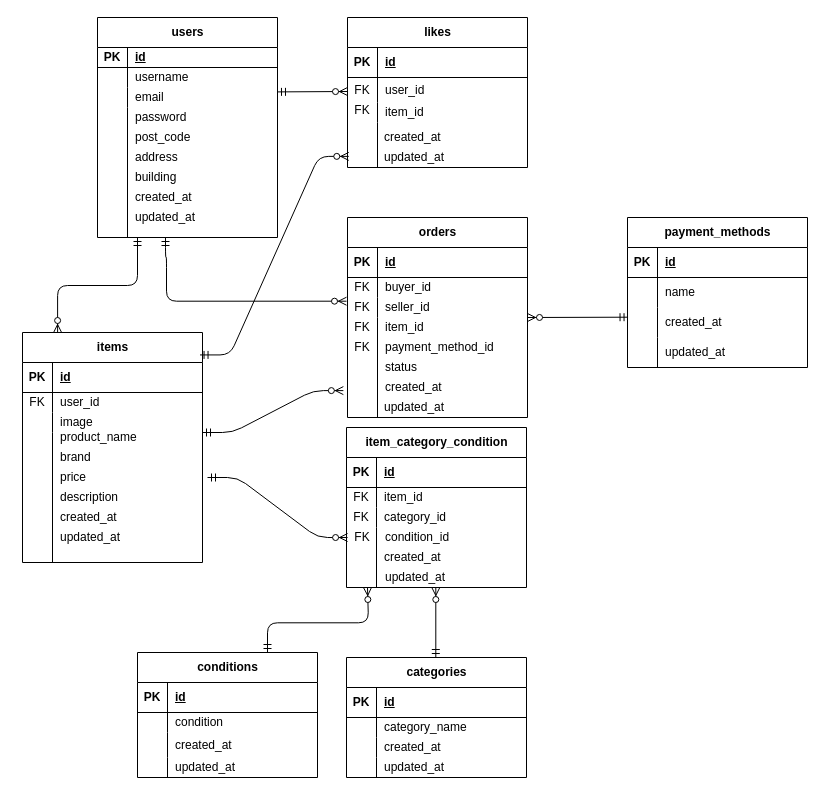
Before: coachtechFurima.drawio in misato-kataoka/coachtechFurima, a draw.io diagram. Source tidied: cells renumbered, new cells numbered last; positions are measured from the earlier drawing's top-left corner, leaving out a move shared by most shapes. Both pictures are drawn from the tidied source at 100%, with x=0, y=0 at pixel (22, 17).
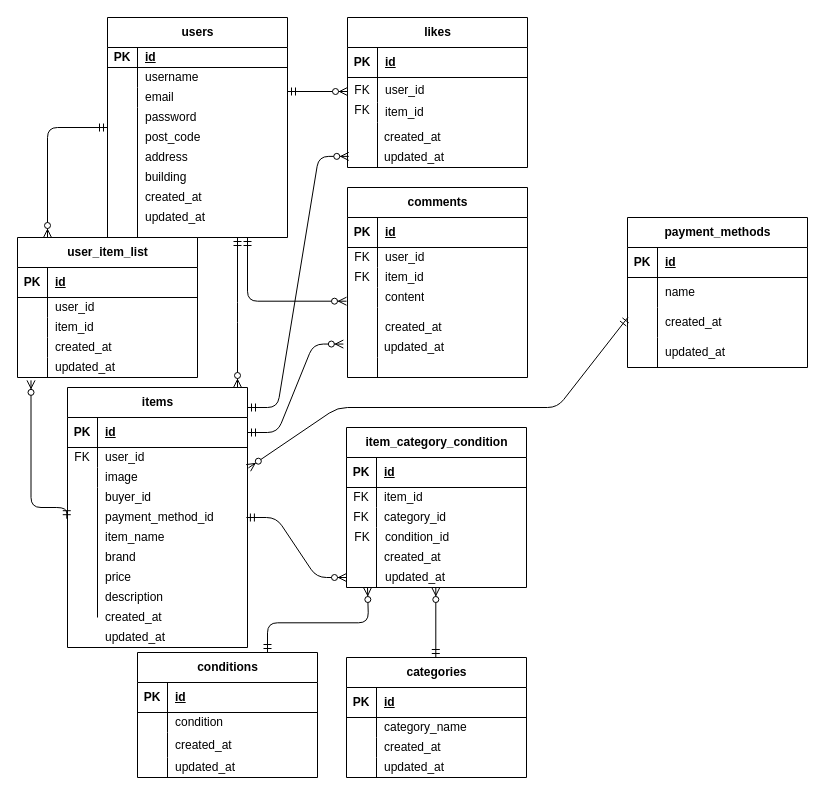
The same diagram, later.

Unchanged cells that the change refers to:
```xml
<mxCell id="12" style="shape=tableRow;horizontal=0;startSize=0;swimlaneHead=0;swimlaneBody=0;fillColor=none;points=[[0,0.5],[1,0.5]];portConstraint=eastwest;top=0;left=0;right=0;bottom=0;" parent="2" vertex="1">
  <mxGeometry y="90" width="180" height="130" as="geometry" />
</mxCell>
<mxCell id="26" style="shape=tableRow;horizontal=0;startSize=0;swimlaneHead=0;swimlaneBody=0;fillColor=none;points=[[0,0.5],[1,0.5]];portConstraint=eastwest;top=0;left=0;right=0;bottom=0;" parent="19" vertex="1">
  <mxGeometry y="80" width="180" height="20" as="geometry" />
</mxCell>
<mxCell id="29" style="shape=tableRow;horizontal=0;startSize=0;swimlaneHead=0;swimlaneBody=0;fillColor=none;points=[[0,0.5],[1,0.5]];portConstraint=eastwest;top=0;left=0;right=0;bottom=0;" parent="19" vertex="1">
  <mxGeometry y="100" width="180" height="130" as="geometry" />
</mxCell>
<mxCell id="48" style="shape=tableRow;horizontal=0;startSize=0;swimlaneHead=0;swimlaneBody=0;fillColor=none;top=0;left=0;right=0;bottom=0;" parent="44" vertex="1">
  <mxGeometry y="60" width="180" height="20" as="geometry" />
</mxCell>
<mxCell id="83" style="shape=tableRow;horizontal=0;startSize=0;swimlaneHead=0;swimlaneBody=0;fillColor=none;points=[[0,0.5],[1,0.5]];portConstraint=eastwest;top=0;left=0;right=0;bottom=0;" parent="73" vertex="1">
  <mxGeometry y="100" width="180" height="60" as="geometry" />
</mxCell>
<mxCell id="130" style="shape=tableRow;horizontal=0;startSize=0;swimlaneHead=0;swimlaneBody=0;fillColor=none;points=[[0,0.5],[1,0.5]];portConstraint=eastwest;top=0;left=0;right=0;bottom=0;" parent="120" vertex="1">
  <mxGeometry y="105" width="180" height="45" as="geometry" />
</mxCell>
<mxCell id="146" style="shape=tableRow;horizontal=0;startSize=0;swimlaneHead=0;swimlaneBody=0;fillColor=none;points=[[0,0.5],[1,0.5]];portConstraint=eastwest;top=0;left=0;right=0;bottom=0;" parent="139" vertex="1">
  <mxGeometry y="90" width="180" height="30" as="geometry" />
</mxCell>
```

Diff of the diagram source:
```diff
@@
     <mxCell id="2" value="users" style="shape=table;startSize=30;childLayout=tableLayout;rowLines=0;fontStyle=1;align=center;html=1;" parent="1" vertex="1">
-      <mxGeometry x="75" width="180" height="220" as="geometry" />
+      <mxGeometry x="85" width="180" height="220" as="geometry" />
     </mxCell>
@@
-    <mxCell id="15" style="edgeStyle=orthogonalEdgeStyle;fontSize=12;html=1;endArrow=ERzeroToMany;startArrow=ERmandOne;" parent="2" edge="1" source="12">
-      <mxGeometry relative="1" as="geometry">
-        <mxPoint x="249" y="283.7" as="targetPoint" />
-        <Array as="points">
-          <mxPoint x="68" y="240" />
-          <mxPoint x="69" y="240" />
-          <mxPoint x="69" y="284" />
-        </Array>
-      </mxGeometry>
-    </mxCell>
     <mxCell id="16" value="created_at" style="shape=partialRectangle;fillColor=none;top=0;left=0;bottom=0;right=0;align=left;spacingLeft=6;overflow=hidden;whiteSpace=wrap;html=1;" parent="1" vertex="1">
-      <mxGeometry x="105" y="170" width="150" height="20" as="geometry" />
+      <mxGeometry x="115" y="170" width="150" height="20" as="geometry" />
     </mxCell>
     <mxCell id="17" value="password" style="shape=partialRectangle;fillColor=none;top=0;left=0;bottom=0;right=0;align=left;spacingLeft=6;overflow=hidden;whiteSpace=wrap;html=1;" parent="1" vertex="1">
-      <mxGeometry x="105" y="90" width="150" height="20" as="geometry" />
+      <mxGeometry x="115" y="90" width="150" height="20" as="geometry" />
     </mxCell>
     <mxCell id="18" value="updated_at" style="shape=partialRectangle;fillColor=none;top=0;left=0;bottom=0;right=0;align=left;spacingLeft=6;overflow=hidden;whiteSpace=wrap;html=1;" parent="1" vertex="1">
-      <mxGeometry x="105" y="190" width="150" height="20" as="geometry" />
+      <mxGeometry x="115" y="190" width="150" height="20" as="geometry" />
     </mxCell>
     <mxCell id="19" value="items" style="shape=table;startSize=30;childLayout=tableLayout;rowLines=0;fontStyle=1;align=center;html=1;perimeterSpacing=1;" parent="1" vertex="1">
-      <mxGeometry y="315" width="180" height="230" as="geometry" />
+      <mxGeometry x="45" y="370" width="180" height="260" as="geometry" />
     </mxCell>
@@
-    <mxCell id="32" style="shape=tableRow;horizontal=0;startSize=0;swimlaneHead=0;swimlaneBody=0;fillColor=none;top=0;left=0;right=0;bottom=0;" parent="1" vertex="1">
-      <mxGeometry x="15" y="320" width="180" height="20" as="geometry" />
-    </mxCell>
-    <mxCell id="33" style="shape=partialRectangle;fillColor=none;top=0;left=0;bottom=0;right=0;overflow=hidden;whiteSpace=wrap;html=1;" parent="32" vertex="1">
-      <mxGeometry width="30" height="20" as="geometry" />
-    </mxCell>
@@
-    <mxCell id="44" value="orders" style="shape=table;startSize=30;childLayout=tableLayout;rowLines=0;fontStyle=1;align=center;html=1;" parent="1" vertex="1">
-      <mxGeometry x="325" y="200" width="180" height="200" as="geometry" />
+    <mxCell id="44" value="comments" style="shape=table;startSize=30;childLayout=tableLayout;rowLines=0;fontStyle=1;align=center;html=1;" parent="1" vertex="1">
+      <mxGeometry x="325" y="170" width="180" height="190" as="geometry" />
     </mxCell>
@@
-    <mxCell id="50" value="buyer_id" style="shape=partialRectangle;fillColor=none;top=0;left=0;bottom=0;right=0;align=left;spacingLeft=6;overflow=hidden;whiteSpace=wrap;html=1;" parent="48" vertex="1">
+    <mxCell id="50" value="user_id" style="shape=partialRectangle;fillColor=none;top=0;left=0;bottom=0;right=0;align=left;spacingLeft=6;overflow=hidden;whiteSpace=wrap;html=1;" parent="48" vertex="1">
       <mxGeometry x="30" width="150" height="20" as="geometry" />
     </mxCell>
+    <mxCell id="153" style="shape=tableRow;horizontal=0;startSize=0;swimlaneHead=0;swimlaneBody=0;fillColor=none;top=0;left=0;right=0;bottom=0;" parent="44" vertex="1">
+      <mxGeometry y="80" width="180" height="20" as="geometry" />
+    </mxCell>
+    <mxCell id="154" value="FK" style="shape=partialRectangle;fillColor=none;top=0;left=0;bottom=0;right=0;overflow=hidden;whiteSpace=wrap;html=1;" parent="153" vertex="1">
+      <mxGeometry width="30" height="20" as="geometry" />
+    </mxCell>
+    <mxCell id="155" value="item_id" style="shape=partialRectangle;fillColor=none;top=0;left=0;bottom=0;right=0;align=left;spacingLeft=6;overflow=hidden;whiteSpace=wrap;html=1;" parent="153" vertex="1">
+      <mxGeometry x="30" width="150" height="20" as="geometry" />
+    </mxCell>
     <mxCell id="51" style="shape=tableRow;horizontal=0;startSize=0;swimlaneHead=0;swimlaneBody=0;fillColor=none;top=0;left=0;right=0;bottom=0;" parent="44" vertex="1">
-      <mxGeometry y="80" width="180" height="20" as="geometry" />
+      <mxGeometry y="100" width="180" height="20" as="geometry" />
     </mxCell>
-    <mxCell id="52" value="FK" style="shape=partialRectangle;fillColor=none;top=0;left=0;bottom=0;right=0;overflow=hidden;whiteSpace=wrap;html=1;" parent="51" vertex="1">
+    <mxCell id="52" style="shape=partialRectangle;fillColor=none;top=0;left=0;bottom=0;right=0;overflow=hidden;whiteSpace=wrap;html=1;" parent="51" vertex="1">
       <mxGeometry width="30" height="20" as="geometry" />
     </mxCell>
-    <mxCell id="53" value="seller_id" style="shape=partialRectangle;fillColor=none;top=0;left=0;bottom=0;right=0;align=left;spacingLeft=6;overflow=hidden;whiteSpace=wrap;html=1;" parent="51" vertex="1">
+    <mxCell id="53" value="content" style="shape=partialRectangle;fillColor=none;top=0;left=0;bottom=0;right=0;align=left;spacingLeft=6;overflow=hidden;whiteSpace=wrap;html=1;" parent="51" vertex="1">
       <mxGeometry x="30" width="150" height="20" as="geometry" />
     </mxCell>
     <mxCell id="54" style="shape=tableRow;horizontal=0;startSize=0;swimlaneHead=0;swimlaneBody=0;fillColor=none;points=[[0,0.5],[1,0.5]];portConstraint=eastwest;top=0;left=0;right=0;bottom=0;" parent="44" vertex="1">
-      <mxGeometry y="100" width="180" height="100" as="geometry" />
+      <mxGeometry y="120" width="180" height="50" as="geometry" />
     </mxCell>
     <mxCell id="55" style="shape=partialRectangle;fillColor=none;top=0;left=0;bottom=0;right=0;overflow=hidden;whiteSpace=wrap;html=1;" parent="54" vertex="1">
-      <mxGeometry width="30" height="100" as="geometry" />
+      <mxGeometry width="30" height="50" as="geometry" />
     </mxCell>
     <mxCell id="56" style="shape=partialRectangle;fillColor=none;top=0;left=0;bottom=0;right=0;align=left;spacingLeft=6;overflow=hidden;whiteSpace=wrap;html=1;" parent="54" vertex="1">
-      <mxGeometry x="30" width="150" height="100" as="geometry" />
+      <mxGeometry x="30" width="150" height="50" as="geometry" />
     </mxCell>
+    <mxCell id="156" style="shape=tableRow;horizontal=0;startSize=0;swimlaneHead=0;swimlaneBody=0;fillColor=none;top=0;left=0;right=0;bottom=0;" parent="44" vertex="1">
+      <mxGeometry y="170" width="180" height="20" as="geometry" />
+    </mxCell>
+    <mxCell id="157" style="shape=partialRectangle;fillColor=none;top=0;left=0;bottom=0;right=0;overflow=hidden;whiteSpace=wrap;html=1;" parent="156" vertex="1">
+      <mxGeometry width="30" height="20" as="geometry" />
+    </mxCell>
+    <mxCell id="158" style="shape=partialRectangle;fillColor=none;top=0;left=0;bottom=0;right=0;align=left;spacingLeft=6;overflow=hidden;whiteSpace=wrap;html=1;" parent="156" vertex="1">
+      <mxGeometry x="30" width="150" height="20" as="geometry" />
+    </mxCell>
     <mxCell id="57" value="address" style="shape=partialRectangle;fillColor=none;top=0;left=0;bottom=0;right=0;align=left;spacingLeft=6;overflow=hidden;whiteSpace=wrap;html=1;" parent="1" vertex="1">
-      <mxGeometry x="105" y="130" width="150" height="20" as="geometry" />
+      <mxGeometry x="115" y="130" width="150" height="20" as="geometry" />
     </mxCell>
     <mxCell id="58" value="building" style="shape=partialRectangle;fillColor=none;top=0;left=0;bottom=0;right=0;align=left;spacingLeft=6;overflow=hidden;whiteSpace=wrap;html=1;" parent="1" vertex="1">
-      <mxGeometry x="105" y="150" width="150" height="20" as="geometry" />
+      <mxGeometry x="115" y="150" width="150" height="20" as="geometry" />
     </mxCell>
     <mxCell id="59" style="edgeStyle=elbowEdgeStyle;fontSize=12;html=1;endArrow=ERzeroToMany;startArrow=ERmandOne;elbow=vertical;exitX=0.444;exitY=1;exitDx=0;exitDy=0;exitPerimeter=0;" parent="1" edge="1">
       <mxGeometry relative="1" as="geometry">
-        <mxPoint x="115" y="220" as="sourcePoint" />
-        <mxPoint x="35.1" y="315" as="targetPoint" />
+        <mxPoint x="215" y="220" as="sourcePoint" />
+        <mxPoint x="215" y="370" as="targetPoint" />
       </mxGeometry>
     </mxCell>
@@
-    <mxCell id="104" style="edgeStyle=entityRelationEdgeStyle;fontSize=12;html=1;endArrow=ERzeroToMany;startArrow=ERmandOne;entryX=0.006;entryY=0.167;entryDx=0;entryDy=0;entryPerimeter=0;" parent="1" edge="1" target="83">
+    <mxCell id="104" style="edgeStyle=entityRelationEdgeStyle;fontSize=12;html=1;endArrow=ERzeroToMany;startArrow=ERmandOne;entryX=0.006;entryY=0.167;entryDx=0;entryDy=0;entryPerimeter=0;" parent="1" edge="1">
       <mxGeometry relative="1" as="geometry">
-        <mxPoint x="185" y="460" as="sourcePoint" />
+        <mxPoint x="223.9" y="500" as="sourcePoint" />
+        <mxPoint x="324" y="560" as="targetPoint" />
       </mxGeometry>
     </mxCell>
     <mxCell id="105" value="updated_at" style="shape=partialRectangle;fillColor=none;top=0;left=0;bottom=0;right=0;align=left;spacingLeft=6;overflow=hidden;whiteSpace=wrap;html=1;" parent="1" vertex="1">
-      <mxGeometry x="30" y="510" width="150" height="20" as="geometry" />
+      <mxGeometry x="75" y="610" width="150" height="20" as="geometry" />
     </mxCell>
     <mxCell id="106" value="created_at" style="shape=partialRectangle;fillColor=none;top=0;left=0;bottom=0;right=0;align=left;spacingLeft=6;overflow=hidden;whiteSpace=wrap;html=1;" parent="1" vertex="1">
-      <mxGeometry x="30" y="490" width="150" height="20" as="geometry" />
+      <mxGeometry x="75" y="590" width="150" height="20" as="geometry" />
     </mxCell>
     <mxCell id="107" value="description" style="shape=partialRectangle;fillColor=none;top=0;left=0;bottom=0;right=0;align=left;spacingLeft=6;overflow=hidden;whiteSpace=wrap;html=1;" parent="1" vertex="1">
-      <mxGeometry x="30" y="470" width="150" height="20" as="geometry" />
+      <mxGeometry x="75" y="570" width="150" height="20" as="geometry" />
     </mxCell>
     <mxCell id="108" value="price" style="shape=partialRectangle;fillColor=none;top=0;left=0;bottom=0;right=0;align=left;spacingLeft=6;overflow=hidden;whiteSpace=wrap;html=1;" parent="1" vertex="1">
-      <mxGeometry x="30" y="450" width="150" height="20" as="geometry" />
+      <mxGeometry x="75" y="550" width="150" height="20" as="geometry" />
     </mxCell>
     <mxCell id="109" value="brand" style="shape=partialRectangle;fillColor=none;top=0;left=0;bottom=0;right=0;align=left;spacingLeft=6;overflow=hidden;whiteSpace=wrap;html=1;" parent="1" vertex="1">
-      <mxGeometry x="30" y="430" width="150" height="20" as="geometry" />
+      <mxGeometry x="75" y="530" width="150" height="20" as="geometry" />
     </mxCell>
-    <mxCell id="110" value="product_name" style="shape=partialRectangle;fillColor=none;top=0;left=0;bottom=0;right=0;align=left;spacingLeft=6;overflow=hidden;whiteSpace=wrap;html=1;" parent="1" vertex="1">
-      <mxGeometry x="30" y="410" width="150" height="20" as="geometry" />
+    <mxCell id="110" value="item_name" style="shape=partialRectangle;fillColor=none;top=0;left=0;bottom=0;right=0;align=left;spacingLeft=6;overflow=hidden;whiteSpace=wrap;html=1;" parent="1" vertex="1">
+      <mxGeometry x="75" y="510" width="150" height="20" as="geometry" />
     </mxCell>
     <mxCell id="111" value="post_code" style="shape=partialRectangle;fillColor=none;top=0;left=0;bottom=0;right=0;align=left;spacingLeft=6;overflow=hidden;whiteSpace=wrap;html=1;" parent="1" vertex="1">
-      <mxGeometry x="105" y="110" width="150" height="20" as="geometry" />
+      <mxGeometry x="115" y="110" width="150" height="20" as="geometry" />
     </mxCell>
@@
-    <mxCell id="113" value="item_id" style="shape=partialRectangle;fillColor=none;top=0;left=0;bottom=0;right=0;align=left;spacingLeft=6;overflow=hidden;whiteSpace=wrap;html=1;" parent="1" vertex="1">
-      <mxGeometry x="355" y="300" width="150" height="20" as="geometry" />
-    </mxCell>
     <mxCell id="114" value="payment_method_id" style="shape=partialRectangle;fillColor=none;top=0;left=0;bottom=0;right=0;align=left;spacingLeft=6;overflow=hidden;whiteSpace=wrap;html=1;" parent="1" vertex="1">
-      <mxGeometry x="355" y="320" width="150" height="20" as="geometry" />
+      <mxGeometry x="75" y="490" width="150" height="20" as="geometry" />
     </mxCell>
-    <mxCell id="115" value="status" style="shape=partialRectangle;fillColor=none;top=0;left=0;bottom=0;right=0;align=left;spacingLeft=6;overflow=hidden;whiteSpace=wrap;html=1;" parent="1" vertex="1">
-      <mxGeometry x="355" y="340" width="150" height="20" as="geometry" />
-    </mxCell>
     <mxCell id="116" value="created_at" style="shape=partialRectangle;fillColor=none;top=0;left=0;bottom=0;right=0;align=left;spacingLeft=6;overflow=hidden;whiteSpace=wrap;html=1;" parent="1" vertex="1">
-      <mxGeometry x="355" y="360" width="150" height="20" as="geometry" />
+      <mxGeometry x="355" y="300" width="150" height="20" as="geometry" />
     </mxCell>
     <mxCell id="117" value="updated_at" style="shape=partialRectangle;fillColor=none;top=0;left=0;bottom=0;right=0;align=left;spacingLeft=6;overflow=hidden;whiteSpace=wrap;html=1;" parent="1" vertex="1">
-      <mxGeometry x="354" y="380" width="150" height="20" as="geometry" />
+      <mxGeometry x="354" y="320" width="150" height="20" as="geometry" />
     </mxCell>
-    <mxCell id="118" value="FK" style="shape=partialRectangle;fillColor=none;top=0;left=0;bottom=0;right=0;overflow=hidden;whiteSpace=wrap;html=1;" parent="1" vertex="1">
-      <mxGeometry x="325" y="320" width="30" height="20" as="geometry" />
-    </mxCell>
-    <mxCell id="119" value="FK" style="shape=partialRectangle;fillColor=none;top=0;left=0;bottom=0;right=0;overflow=hidden;whiteSpace=wrap;html=1;" parent="1" vertex="1">
-      <mxGeometry x="325" y="300" width="30" height="20" as="geometry" />
-    </mxCell>
@@
     <mxCell id="136" style="edgeStyle=entityRelationEdgeStyle;fontSize=12;html=1;endArrow=ERzeroToMany;startArrow=ERmandOne;entryX=-0.023;entryY=0.731;entryDx=0;entryDy=0;entryPerimeter=0;" parent="1" edge="1" target="54">
       <mxGeometry relative="1" as="geometry">
-        <mxPoint x="180" y="415" as="sourcePoint" />
+        <mxPoint x="225" y="415" as="sourcePoint" />
       </mxGeometry>
     </mxCell>
     <mxCell id="137" style="fontSize=12;html=1;endArrow=ERzeroToMany;startArrow=ERmandOne;" parent="1" edge="1">
       <mxGeometry relative="1" as="geometry">
-        <mxPoint x="255" y="74.4" as="sourcePoint" />
+        <mxPoint x="265" y="74" as="sourcePoint" />
         <mxPoint x="325" y="74" as="targetPoint" />
       </mxGeometry>
     </mxCell>
-    <mxCell id="138" style="edgeStyle=entityRelationEdgeStyle;fontSize=12;html=1;endArrow=ERzeroToMany;startArrow=ERmandOne;exitX=0.981;exitY=0.101;exitDx=0;exitDy=0;exitPerimeter=0;entryX=0.007;entryY=0.753;entryDx=0;entryDy=0;entryPerimeter=0;" parent="1" edge="1" source="19" target="130">
-      <mxGeometry relative="1" as="geometry" />
+    <mxCell id="138" style="edgeStyle=entityRelationEdgeStyle;fontSize=12;html=1;endArrow=ERzeroToMany;startArrow=ERmandOne;entryX=0.007;entryY=0.753;entryDx=0;entryDy=0;entryPerimeter=0;" parent="1" edge="1" target="130">
+      <mxGeometry relative="1" as="geometry">
+        <mxPoint x="225" y="390" as="sourcePoint" />
+        <Array as="points">
+          <mxPoint x="235" y="337" />
+        </Array>
+      </mxGeometry>
     </mxCell>
@@
-    <mxCell id="152" style="fontSize=12;html=1;endArrow=ERzeroToMany;startArrow=ERmandOne;exitX=0.003;exitY=0.323;exitDx=0;exitDy=0;exitPerimeter=0;" parent="1" edge="1" source="146">
+    <mxCell id="152" style="fontSize=12;html=1;endArrow=ERzeroToMany;startArrow=ERmandOne;exitX=0.003;exitY=0.323;exitDx=0;exitDy=0;exitPerimeter=0;entryX=1.005;entryY=0.021;entryDx=0;entryDy=0;entryPerimeter=0;" parent="1" edge="1" source="146" target="26">
       <mxGeometry relative="1" as="geometry">
-        <mxPoint x="505" y="300" as="targetPoint" />
+        <Array as="points">
+          <mxPoint x="535" y="390" />
+          <mxPoint x="315" y="390" />
+        </Array>
       </mxGeometry>
     </mxCell>
+    <mxCell id="15" style="edgeStyle=orthogonalEdgeStyle;fontSize=12;html=1;endArrow=ERzeroToMany;startArrow=ERmandOne;" parent="1" edge="1">
+      <mxGeometry relative="1" as="geometry">
+        <mxPoint x="225" y="220" as="sourcePoint" />
+        <mxPoint x="324" y="283.7" as="targetPoint" />
+        <Array as="points">
+          <mxPoint x="225" y="284" />
+        </Array>
+      </mxGeometry>
+    </mxCell>
+    <mxCell id="159" value="buyer_id" style="shape=partialRectangle;fillColor=none;top=0;left=0;bottom=0;right=0;align=left;spacingLeft=6;overflow=hidden;whiteSpace=wrap;html=1;" parent="1" vertex="1">
+      <mxGeometry x="75" y="470" width="150" height="20" as="geometry" />
+    </mxCell>
+    <mxCell id="160" value="user_item_list" style="shape=table;startSize=30;childLayout=tableLayout;rowLines=0;fontStyle=1;align=center;html=1;" parent="1" vertex="1">
+      <mxGeometry x="-5" y="220" width="180" height="140" as="geometry" />
+    </mxCell>
+    <mxCell id="161" style="shape=tableRow;horizontal=0;startSize=0;swimlaneHead=0;swimlaneBody=0;fillColor=none;top=0;left=0;right=0;bottom=1;" parent="160" vertex="1">
+      <mxGeometry y="30" width="180" height="30" as="geometry" />
+    </mxCell>
+    <mxCell id="162" value="PK" style="shape=partialRectangle;fillColor=none;top=0;left=0;bottom=0;right=0;fontStyle=1;overflow=hidden;whiteSpace=wrap;html=1;" parent="161" vertex="1">
+      <mxGeometry width="30" height="30" as="geometry" />
+    </mxCell>
+    <mxCell id="163" value="id" style="shape=partialRectangle;fillColor=none;top=0;left=0;bottom=0;right=0;align=left;spacingLeft=6;fontStyle=5;overflow=hidden;whiteSpace=wrap;html=1;" parent="161" vertex="1">
+      <mxGeometry x="30" width="150" height="30" as="geometry" />
+    </mxCell>
+    <mxCell id="164" style="shape=tableRow;horizontal=0;startSize=0;swimlaneHead=0;swimlaneBody=0;fillColor=none;top=0;left=0;right=0;bottom=0;" parent="160" vertex="1">
+      <mxGeometry y="60" width="180" height="20" as="geometry" />
+    </mxCell>
+    <mxCell id="165" style="shape=partialRectangle;fillColor=none;top=0;left=0;bottom=0;right=0;overflow=hidden;whiteSpace=wrap;html=1;" parent="164" vertex="1">
+      <mxGeometry width="30" height="20" as="geometry" />
+    </mxCell>
+    <mxCell id="166" value="user_id" style="shape=partialRectangle;fillColor=none;top=0;left=0;bottom=0;right=0;align=left;spacingLeft=6;overflow=hidden;whiteSpace=wrap;html=1;" parent="164" vertex="1">
+      <mxGeometry x="30" width="150" height="20" as="geometry" />
+    </mxCell>
+    <mxCell id="167" style="shape=tableRow;horizontal=0;startSize=0;swimlaneHead=0;swimlaneBody=0;fillColor=none;top=0;left=0;right=0;bottom=0;" parent="160" vertex="1">
+      <mxGeometry y="80" width="180" height="20" as="geometry" />
+    </mxCell>
+    <mxCell id="168" style="shape=partialRectangle;fillColor=none;top=0;left=0;bottom=0;right=0;overflow=hidden;whiteSpace=wrap;html=1;" parent="167" vertex="1">
+      <mxGeometry width="30" height="20" as="geometry" />
+    </mxCell>
+    <mxCell id="169" value="item_id" style="shape=partialRectangle;fillColor=none;top=0;left=0;bottom=0;right=0;align=left;spacingLeft=6;overflow=hidden;whiteSpace=wrap;html=1;" parent="167" vertex="1">
+      <mxGeometry x="30" width="150" height="20" as="geometry" />
+    </mxCell>
+    <mxCell id="170" style="shape=tableRow;horizontal=0;startSize=0;swimlaneHead=0;swimlaneBody=0;fillColor=none;top=0;left=0;right=0;bottom=0;" parent="160" vertex="1">
+      <mxGeometry y="100" width="180" height="20" as="geometry" />
+    </mxCell>
+    <mxCell id="171" style="shape=partialRectangle;fillColor=none;top=0;left=0;bottom=0;right=0;overflow=hidden;whiteSpace=wrap;html=1;" parent="170" vertex="1">
+      <mxGeometry width="30" height="20" as="geometry" />
+    </mxCell>
+    <mxCell id="172" value="created_at" style="shape=partialRectangle;fillColor=none;top=0;left=0;bottom=0;right=0;align=left;spacingLeft=6;overflow=hidden;whiteSpace=wrap;html=1;" parent="170" vertex="1">
+      <mxGeometry x="30" width="150" height="20" as="geometry" />
+    </mxCell>
+    <mxCell id="173" style="shape=tableRow;horizontal=0;startSize=0;swimlaneHead=0;swimlaneBody=0;fillColor=none;points=[[0,0.5],[1,0.5]];portConstraint=eastwest;top=0;left=0;right=0;bottom=0;" parent="160" vertex="1">
+      <mxGeometry y="120" width="180" height="20" as="geometry" />
+    </mxCell>
+    <mxCell id="174" style="shape=partialRectangle;fillColor=none;top=0;left=0;bottom=0;right=0;overflow=hidden;whiteSpace=wrap;html=1;" parent="173" vertex="1">
+      <mxGeometry width="30" height="20" as="geometry" />
+    </mxCell>
+    <mxCell id="175" value="updated_at" style="shape=partialRectangle;fillColor=none;top=0;left=0;bottom=0;right=0;align=left;spacingLeft=6;overflow=hidden;whiteSpace=wrap;html=1;" parent="173" vertex="1">
+      <mxGeometry x="30" width="150" height="20" as="geometry" />
+    </mxCell>
+    <mxCell id="176" style="edgeStyle=elbowEdgeStyle;fontSize=12;html=1;endArrow=ERzeroToMany;startArrow=ERmandOne;elbow=vertical;exitX=0;exitY=0.154;exitDx=0;exitDy=0;exitPerimeter=0;" parent="1" edge="1" source="12">
+      <mxGeometry relative="1" as="geometry">
+        <mxPoint x="25" y="220" as="targetPoint" />
+        <Array as="points">
+          <mxPoint x="15" y="110" />
+        </Array>
+      </mxGeometry>
+    </mxCell>
+    <mxCell id="177" style="edgeStyle=elbowEdgeStyle;fontSize=12;html=1;endArrow=ERzeroToMany;startArrow=ERmandOne;elbow=vertical;entryX=0.075;entryY=1.144;entryDx=0;entryDy=0;entryPerimeter=0;exitX=-0.004;exitY=0.24;exitDx=0;exitDy=0;exitPerimeter=0;" parent="1" edge="1" source="29" target="173">
+      <mxGeometry relative="1" as="geometry">
+        <Array as="points">
+          <mxPoint x="25" y="490" />
+        </Array>
+      </mxGeometry>
+    </mxCell>
```
